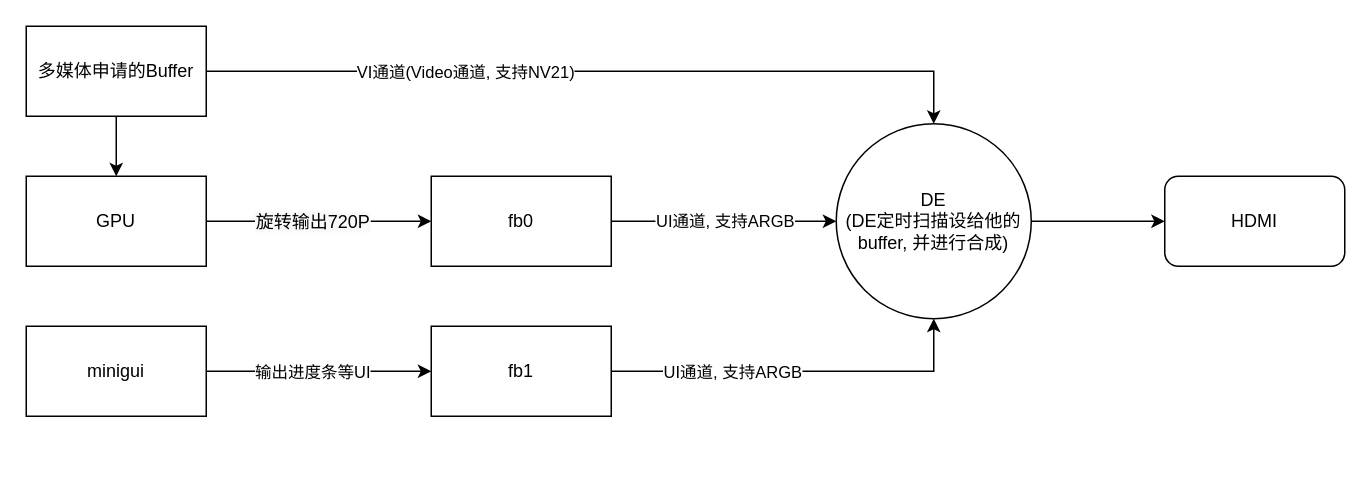
This is DE框架.drawio from qjzh0603/drawio, a draw.io file, before an edit. Source tidied: cells renumbered, new cells numbered last; positions are measured from the earlier drawing's top-left corner, leaving out a move shared by most shapes. Both pictures are drawn from the tidied source at 150%, with x=0, y=0 at pixel (26, 26).
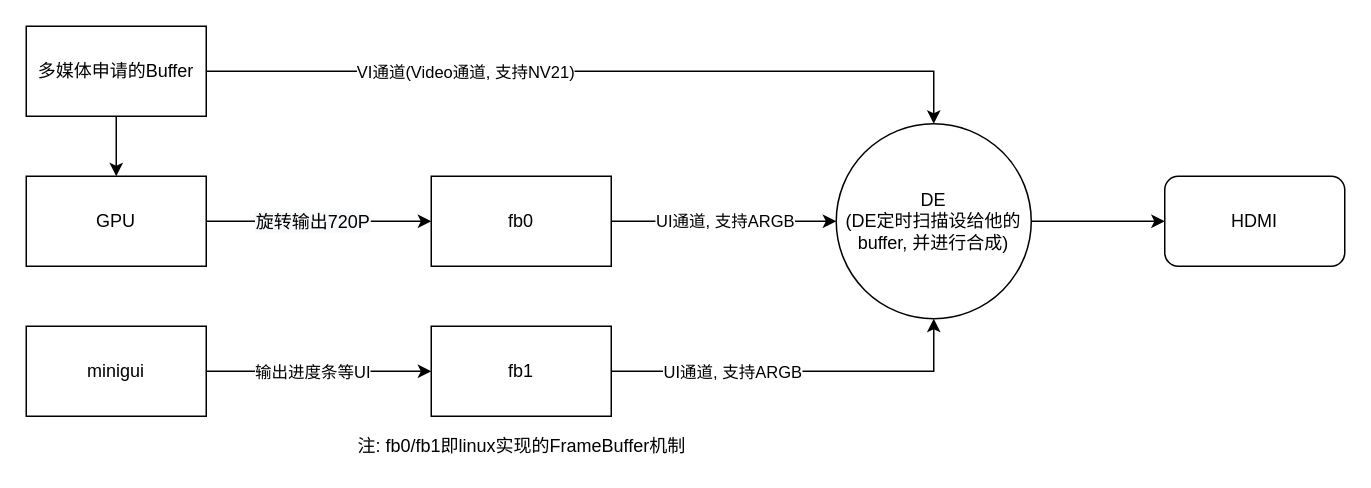
After the change.

What changed in the source:
```diff
@@
+    <mxCell id="21" value="注: fb0/fb1即linux实现的FrameBuffer机制" style="text;html=1;align=center;verticalAlign=middle;" parent="1" vertex="1">
+      <mxGeometry x="215" y="270" width="230" height="20" as="geometry" />
+    </mxCell>
```
